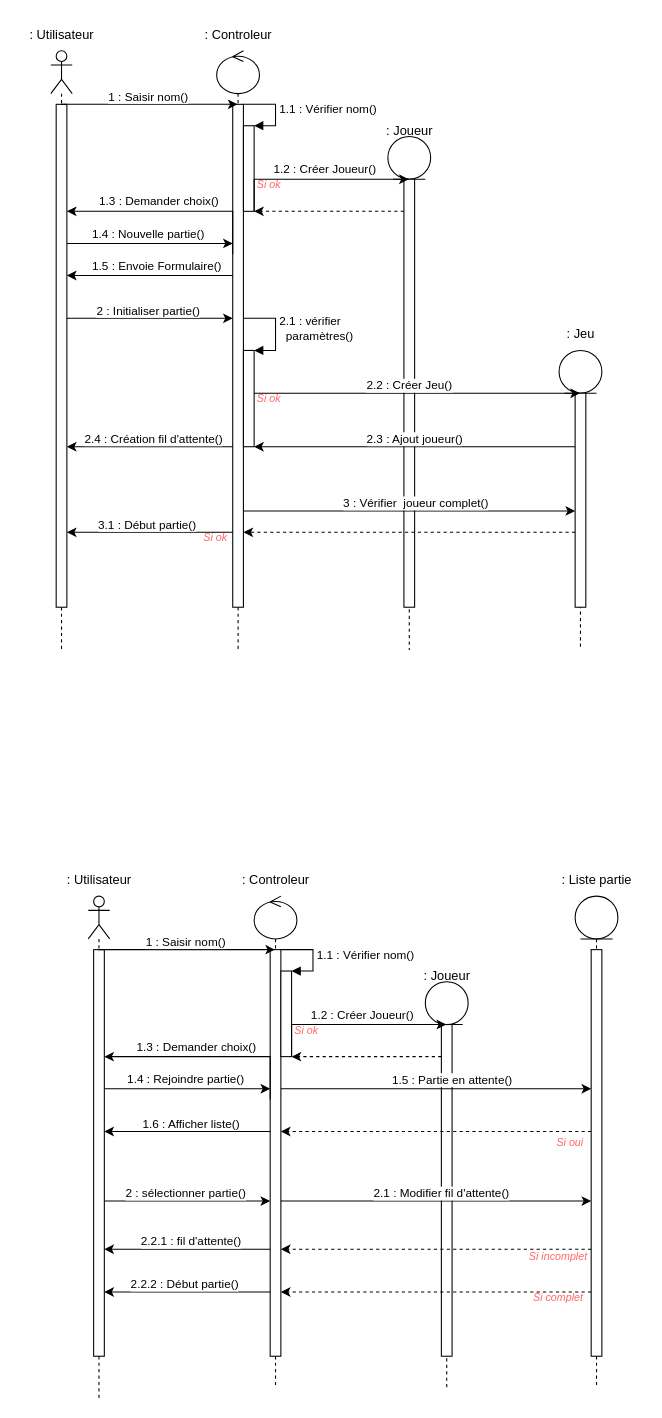
Mat-gif/TER_Gsociety keeps this draw.io diagram as Sequence.drawio. Above is the earlier version. Source tidied: cells renumbered, new cells numbered last; positions are measured from the earlier drawing's top-left corner, leaving out a move shared by most shapes. Both pictures are drawn from the tidied source at 107%, with x=0, y=0 at pixel (18, 18).
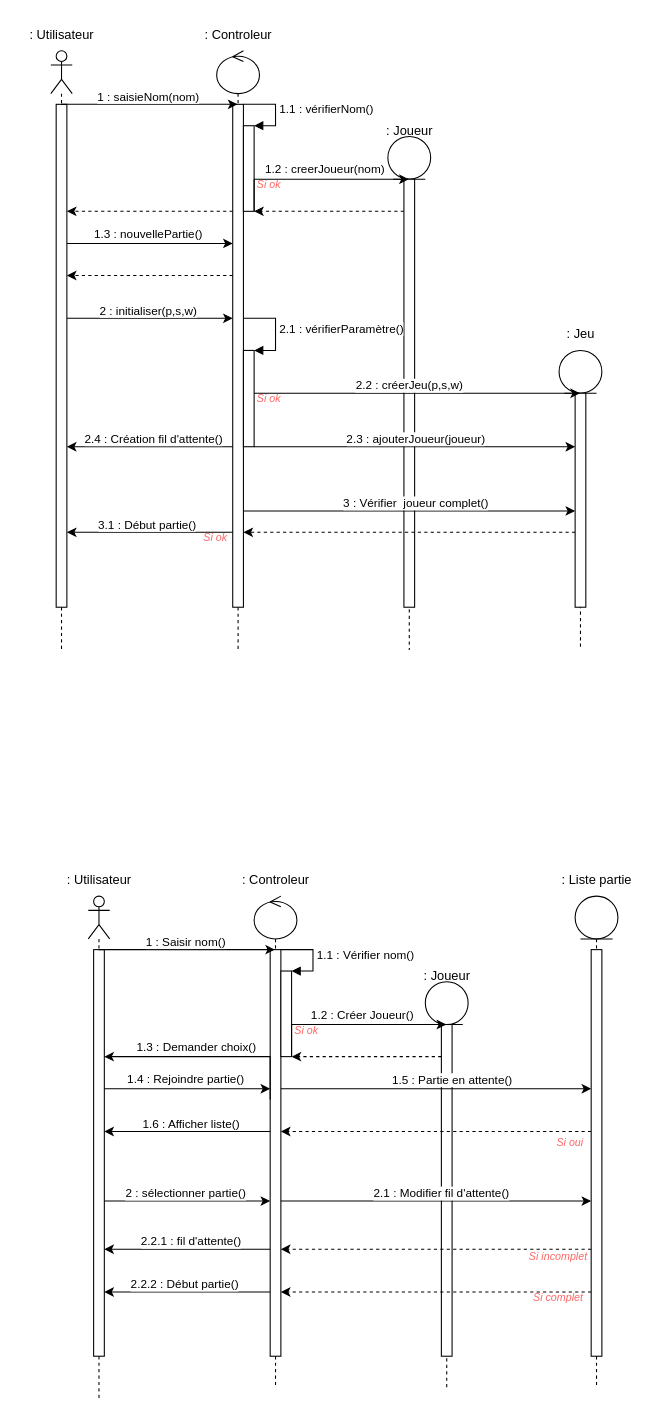
The same diagram, later.

Commit message:
Mettre à jour Sequence.drawio

Unchanged cells that the change refers to:
```xml
<mxCell id="3" style="edgeStyle=elbowEdgeStyle;rounded=0;jettySize=auto;html=1;elbow=vertical;curved=0;" parent="2" edge="1" source="5">
  <mxGeometry relative="1" as="geometry">
    <mxPoint x="170" y="180" as="targetPoint" />
  </mxGeometry>
</mxCell>
<mxCell id="5" style="html=1;points=[];perimeter=orthogonalPerimeter;outlineConnect=0;targetShapes=umlLifeline;portConstraint=eastwest;newEdgeStyle={&quot;edgeStyle&quot;:&quot;elbowEdgeStyle&quot;,&quot;elbow&quot;:&quot;vertical&quot;,&quot;curved&quot;:0,&quot;rounded&quot;:0};" parent="2" vertex="1">
  <mxGeometry x="5" y="50" width="10" height="470" as="geometry" />
</mxCell>
<mxCell id="11" style="html=1;points=[];perimeter=orthogonalPerimeter;outlineConnect=0;targetShapes=umlLifeline;portConstraint=eastwest;newEdgeStyle={&quot;edgeStyle&quot;:&quot;elbowEdgeStyle&quot;,&quot;elbow&quot;:&quot;vertical&quot;,&quot;curved&quot;:0,&quot;rounded&quot;:0};" parent="10" vertex="1">
  <mxGeometry x="15" y="40" width="10" height="200" as="geometry" />
</mxCell>
<mxCell id="13" style="shape=umlLifeline;perimeter=lifelinePerimeter;whiteSpace=wrap;html=1;outlineConnect=0;portConstraint=eastwest;newEdgeStyle={&quot;edgeStyle&quot;:&quot;elbowEdgeStyle&quot;,&quot;elbow&quot;:&quot;vertical&quot;,&quot;curved&quot;:0,&quot;rounded&quot;:0};participant=umlControl;" parent="1" vertex="1">
  <mxGeometry x="185" y="30" width="40" height="560" as="geometry" />
</mxCell>
<mxCell id="14" style="html=1;points=[];perimeter=orthogonalPerimeter;outlineConnect=0;targetShapes=umlLifeline;portConstraint=eastwest;newEdgeStyle={&quot;edgeStyle&quot;:&quot;elbowEdgeStyle&quot;,&quot;elbow&quot;:&quot;vertical&quot;,&quot;curved&quot;:0,&quot;rounded&quot;:0};" parent="13" vertex="1">
  <mxGeometry x="15" y="50" width="10" height="470" as="geometry" />
</mxCell>
<mxCell id="15" style="html=1;points=[];perimeter=orthogonalPerimeter;outlineConnect=0;targetShapes=umlLifeline;portConstraint=eastwest;newEdgeStyle={&quot;edgeStyle&quot;:&quot;elbowEdgeStyle&quot;,&quot;elbow&quot;:&quot;vertical&quot;,&quot;curved&quot;:0,&quot;rounded&quot;:0};" parent="13" vertex="1">
  <mxGeometry x="25" y="70" width="10" height="80" as="geometry" />
</mxCell>
<mxCell id="17" style="html=1;points=[];perimeter=orthogonalPerimeter;outlineConnect=0;targetShapes=umlLifeline;portConstraint=eastwest;newEdgeStyle={&quot;edgeStyle&quot;:&quot;elbowEdgeStyle&quot;,&quot;elbow&quot;:&quot;vertical&quot;,&quot;curved&quot;:0,&quot;rounded&quot;:0};" parent="13" vertex="1">
  <mxGeometry x="25" y="280" width="10" height="90" as="geometry" />
</mxCell>
<mxCell id="20" style="edgeStyle=elbowEdgeStyle;rounded=0;jettySize=auto;html=1;elbow=vertical;curved=0;" parent="1" edge="1" source="2" target="13">
  <mxGeometry relative="1" as="geometry">
    <Array as="points">
      <mxPoint x="150" y="80" />
      <mxPoint x="130" y="110" />
    </Array>
  </mxGeometry>
</mxCell>
<mxCell id="22" style="edgeStyle=elbowEdgeStyle;rounded=0;jettySize=auto;html=1;elbow=vertical;curved=0;" parent="1" edge="1" target="6">
  <mxGeometry relative="1" as="geometry">
    <mxPoint x="220" y="180" as="sourcePoint" />
    <Array as="points">
      <mxPoint x="340" y="150" />
      <mxPoint x="330" y="180" />
    </Array>
  </mxGeometry>
</mxCell>
<mxCell id="27" style="edgeStyle=elbowEdgeStyle;rounded=0;jettySize=auto;html=1;elbow=vertical;curved=0;" parent="1" edge="1" source="5" target="14">
  <mxGeometry relative="1" as="geometry">
    <Array as="points">
      <mxPoint x="130" y="280" />
    </Array>
  </mxGeometry>
</mxCell>
<mxCell id="30" style="edgeStyle=elbowEdgeStyle;rounded=0;jettySize=auto;html=1;elbow=vertical;curved=0;" parent="1" edge="1" source="17" target="10">
  <mxGeometry relative="1" as="geometry">
    <Array as="points">
      <mxPoint x="350" y="350" />
    </Array>
  </mxGeometry>
</mxCell>
```

Diff of the diagram source:
```diff
@@
-    <mxCell id="4" value="1.4 : Nouvelle partie()" style="edgeLabel;html=1;align=center;verticalAlign=middle;" parent="3" vertex="1">
+    <mxCell id="4" value="1.3 : nouvellePartie()" style="edgeLabel;html=1;align=center;verticalAlign=middle;" parent="3" vertex="1">
       <mxGeometry x="-0.54" relative="1" as="geometry">
         <mxPoint x="39" y="-10" as="offset" />
       </mxGeometry>
     </mxCell>
@@
-    <mxCell id="16" value="1.1 : Vérifier nom()" style="html=1;align=left;spacingLeft=2;endArrow=block;rounded=0;edgeStyle=orthogonalEdgeStyle;curved=0;rounded=0;" parent="13" edge="1" source="14" target="15">
+    <mxCell id="16" value="1.1 : vérifierNom()" style="html=1;align=left;spacingLeft=2;endArrow=block;rounded=0;edgeStyle=orthogonalEdgeStyle;curved=0;rounded=0;" parent="13" edge="1" source="14" target="15">
       <mxGeometry relative="1" as="geometry">
         <Array as="points">
           <mxPoint x="55" y="50" />
           <mxPoint x="55" y="70" />
         </Array>
       </mxGeometry>
     </mxCell>
@@
-    <mxCell id="18" value="2.1 : vérifier &lt;br&gt;&amp;nbsp; paramètres()&amp;nbsp;" style="html=1;align=left;spacingLeft=2;endArrow=block;rounded=0;edgeStyle=orthogonalEdgeStyle;curved=0;rounded=0;" parent="13" edge="1" source="14" target="17">
+    <mxCell id="18" value="2.1 : vérifierParamètre()" style="html=1;align=left;spacingLeft=2;endArrow=block;rounded=0;edgeStyle=orthogonalEdgeStyle;curved=0;rounded=0;" parent="13" edge="1" source="14" target="17">
       <mxGeometry relative="1" as="geometry">
         <Array as="points">
           <mxPoint x="55" y="250" />
           <mxPoint x="55" y="280" />
         </Array>
       </mxGeometry>
     </mxCell>
@@
-    <mxCell id="21" value="1 : Saisir nom()" style="edgeLabel;html=1;align=center;verticalAlign=middle;" parent="20" vertex="1">
+    <mxCell id="21" value="1 : saisieNom(nom)" style="edgeLabel;html=1;align=center;verticalAlign=middle;" parent="20" vertex="1">
       <mxGeometry x="-0.25" y="2" relative="1" as="geometry">
         <mxPoint x="19" y="-6" as="offset" />
       </mxGeometry>
     </mxCell>
@@
-    <mxCell id="23" value="1.2 : Créer Joueur()" style="edgeLabel;html=1;align=center;verticalAlign=middle;" parent="22" vertex="1">
+    <mxCell id="23" value="1.2 : creerJoueur(nom)" style="edgeLabel;html=1;align=center;verticalAlign=middle;" parent="22" vertex="1">
       <mxGeometry x="-0.07" y="1" relative="1" as="geometry">
         <mxPoint x="14" y="-9" as="offset" />
       </mxGeometry>
     </mxCell>
@@
-    <mxCell id="25" style="edgeStyle=elbowEdgeStyle;rounded=0;jettySize=auto;html=1;elbow=vertical;curved=0;" parent="1" edge="1" source="14" target="5">
+    <mxCell id="25" style="edgeStyle=elbowEdgeStyle;rounded=0;jettySize=auto;html=1;elbow=vertical;curved=0;dashed=1;" parent="1" edge="1" source="14" target="5">
       <mxGeometry relative="1" as="geometry">
         <Array as="points">
           <mxPoint x="140" y="240" />
           <mxPoint x="190" y="250" />
           <mxPoint x="130" y="240" />
           <mxPoint x="120" y="220" />
           <mxPoint x="90" y="220" />
         </Array>
       </mxGeometry>
     </mxCell>
-    <mxCell id="26" value="1.5 : Envoie Formulaire()" style="edgeLabel;html=1;align=center;verticalAlign=middle;" parent="25" vertex="1">
-      <mxGeometry x="-0.25" y="2" relative="1" as="geometry">
-        <mxPoint x="-14" y="-12" as="offset" />
-      </mxGeometry>
-    </mxCell>
@@
-    <mxCell id="28" value="2 : Initialiser partie()" style="edgeLabel;html=1;align=center;verticalAlign=middle;" parent="27" vertex="1">
+    <mxCell id="28" value="2 : initialiser(p,s,w)" style="edgeLabel;html=1;align=center;verticalAlign=middle;" parent="27" vertex="1">
       <mxGeometry x="-0.11" y="4" relative="1" as="geometry">
         <mxPoint x="6" y="-4" as="offset" />
       </mxGeometry>
     </mxCell>
@@
-    <mxCell id="31" value="2.2 : Créer Jeu()" style="edgeLabel;html=1;align=center;verticalAlign=middle;" parent="30" vertex="1">
+    <mxCell id="31" value="2.2 : créerJeu(p,s,w)" style="edgeLabel;html=1;align=center;verticalAlign=middle;" parent="30" vertex="1">
       <mxGeometry x="-0.34" y="4" relative="1" as="geometry">
         <mxPoint x="44" y="-4" as="offset" />
       </mxGeometry>
     </mxCell>
@@
-    <mxCell id="35" style="edgeStyle=elbowEdgeStyle;rounded=0;jettySize=auto;html=1;elbow=vertical;curved=0;entryX=1;entryY=1;entryDx=0;entryDy=0;entryPerimeter=0;" parent="1" edge="1" source="11" target="17">
+    <mxCell id="35" style="edgeStyle=elbowEdgeStyle;rounded=0;jettySize=auto;html=1;elbow=vertical;curved=0;startArrow=classic;startFill=1;endArrow=none;endFill=0;" parent="1" edge="1" source="11" target="17">
       <mxGeometry relative="1" as="geometry">
         <Array as="points">
           <mxPoint x="450" y="400" />
         </Array>
       </mxGeometry>
     </mxCell>
-    <mxCell id="36" value="2.3 : Ajout joueur()" style="edgeLabel;html=1;align=center;verticalAlign=middle;" parent="35" vertex="1">
+    <mxCell id="36" value="2.3 : ajouterJoueur(joueur)" style="edgeLabel;html=1;align=center;verticalAlign=middle;" parent="35" vertex="1">
       <mxGeometry x="-0.25" y="-2" relative="1" as="geometry">
-        <mxPoint x="-38" y="-6" as="offset" />
+        <mxPoint x="-37" y="-6" as="offset" />
       </mxGeometry>
     </mxCell>
@@
-    <mxCell id="43" style="edgeStyle=elbowEdgeStyle;rounded=0;jettySize=auto;html=1;elbow=vertical;curved=0;" parent="1" edge="1" target="5">
+    <mxCell id="43" style="edgeStyle=elbowEdgeStyle;rounded=0;jettySize=auto;html=1;elbow=vertical;curved=0;dashed=1;" parent="1" edge="1" target="5">
       <mxGeometry relative="1" as="geometry">
-        <mxPoint x="200" y="220" as="sourcePoint" />
+        <mxPoint x="200" y="180" as="sourcePoint" />
         <Array as="points">
           <mxPoint x="120" y="180" />
           <mxPoint x="160" y="220" />
         </Array>
       </mxGeometry>
     </mxCell>
-    <mxCell id="44" value="1.3 : Demander choix()" style="edgeLabel;html=1;align=center;verticalAlign=middle;" parent="43" vertex="1">
-      <mxGeometry x="0.11" y="2" relative="1" as="geometry">
-        <mxPoint x="-2" y="-12" as="offset" />
-      </mxGeometry>
-    </mxCell>
```
